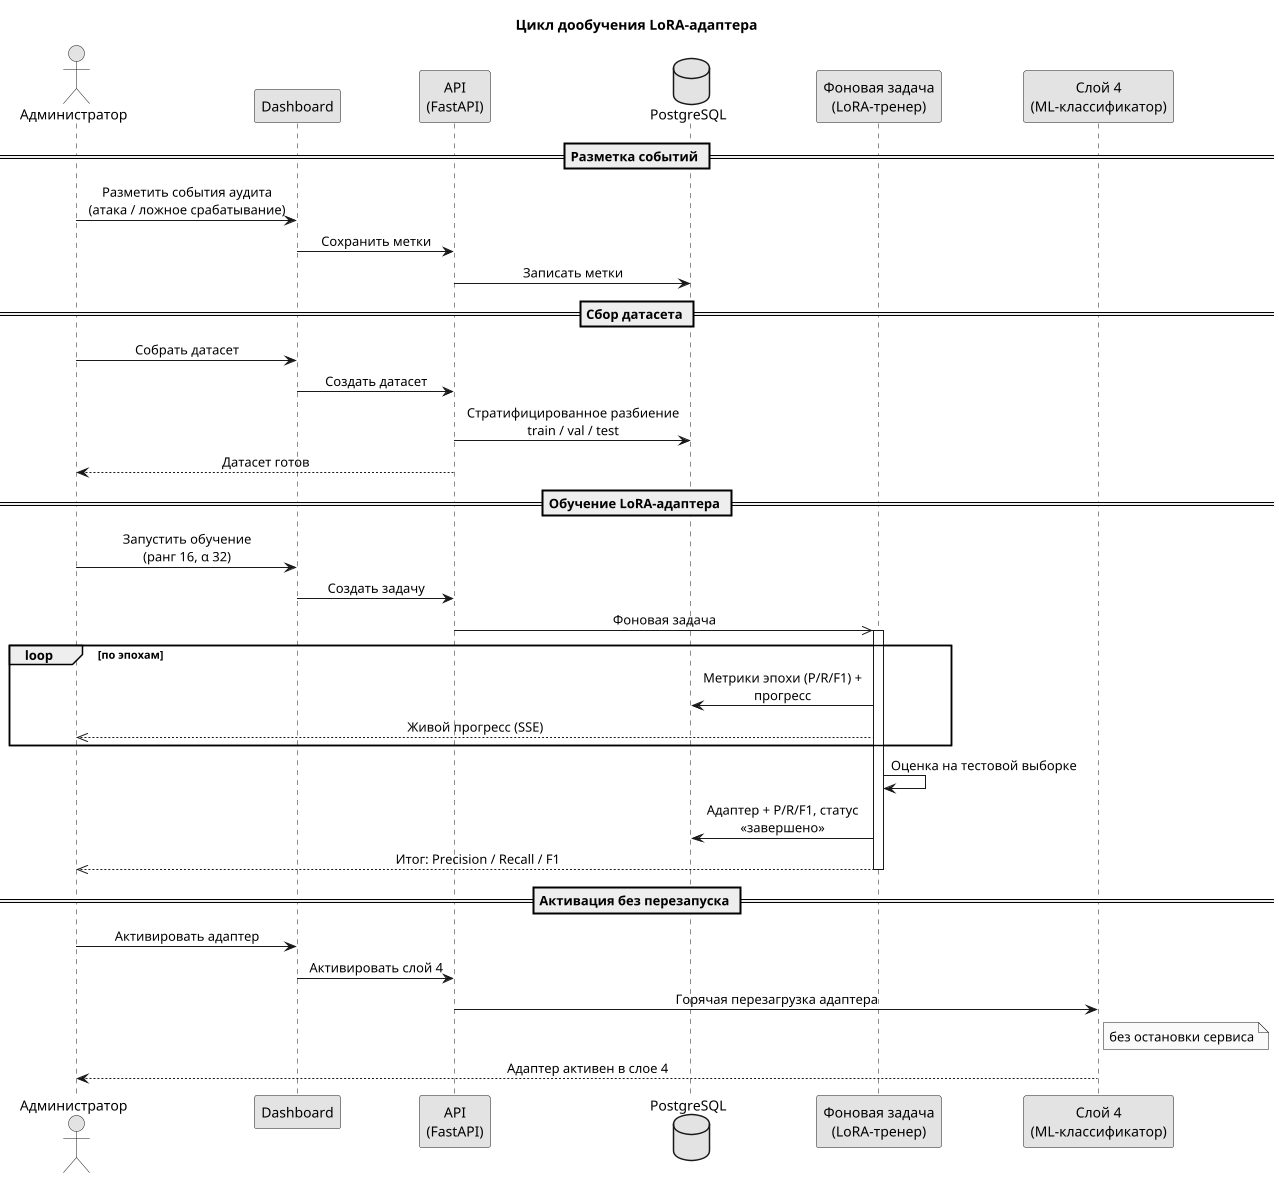
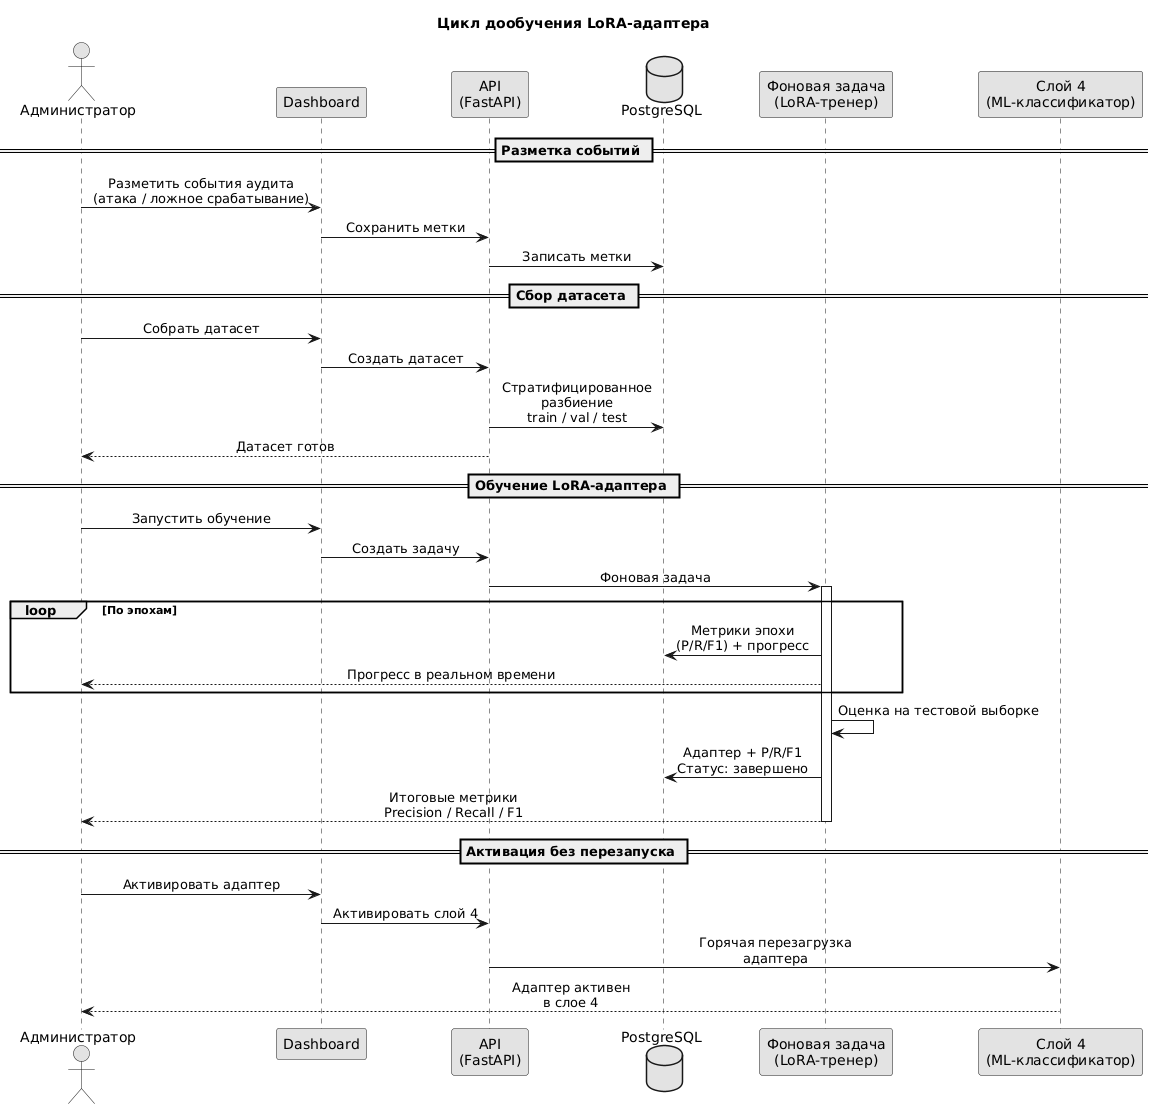
@startuml training_loop_sequence_slide
- ' Компактная версия для слайда презентации (16:9)
- ' Цикл дообучения LoRA-адаптера слоя 4 — ArgusGate (§2.2.13 диплома, §5 ТЗ)
- ' Только чёрный и белый
+ 
skinparam monochrome true
skinparam shadowing false
skinparam backgroundColor #FFFFFF
skinparam sequenceMessageAlign center
skinparam maxMessageSize 220
- scale max 1280 width
+ skinparam defaultFontName "DejaVu Sans"

title Цикл дообучения LoRA-адаптера

actor "Администратор" as Admin
participant "Dashboard" as UI
participant "API\n(FastAPI)" as API
database "PostgreSQL" as DB
participant "Фоновая задача\n(LoRA-тренер)" as Trainer
participant "Слой 4\n(ML-классификатор)" as L4

== Разметка событий ==
+ 
Admin -> UI : Разметить события аудита\n(атака / ложное срабатывание)
UI -> API : Сохранить метки
API -> DB : Записать метки

== Сбор датасета ==
+ 
Admin -> UI : Собрать датасет
UI -> API : Создать датасет
API -> DB : Стратифицированное разбиение\ntrain / val / test
API --> Admin : Датасет готов

== Обучение LoRA-адаптера ==
- Admin -> UI : Запустить обучение\n(ранг 16, α 32)
+ 
+ Admin -> UI : Запустить обучение
UI -> API : Создать задачу
- API ->> Trainer : Фоновая задача
+ API -> Trainer : Фоновая задача
+ 
activate Trainer
- loop по эпохам
-   Trainer -> DB : Метрики эпохи (P/R/F1) + прогресс
-   Trainer -->> Admin : Живой прогресс (SSE)
+ 
+ loop По эпохам
+     Trainer -> DB : Метрики эпохи\n(P/R/F1) + прогресс
+     Trainer --> Admin : Прогресс в реальном времени
end
+ 
Trainer -> Trainer : Оценка на тестовой выборке
- Trainer -> DB : Адаптер + P/R/F1, статус «завершено»
- Trainer -->> Admin : Итог: Precision / Recall / F1
+ Trainer -> DB : Адаптер + P/R/F1\nСтатус: завершено
+ Trainer --> Admin : Итоговые метрики\nPrecision / Recall / F1
+ 
deactivate Trainer

== Активация без перезапуска ==
+ 
Admin -> UI : Активировать адаптер
UI -> API : Активировать слой 4
API -> L4 : Горячая перезагрузка адаптера
- note right of L4 : без остановки сервиса
- L4 --> Admin : Адаптер активен в слое 4

- @enduml
+ 
+ 
+ L4 --> Admin : Адаптер активен\nв слое 4
+ 
+ @enduml